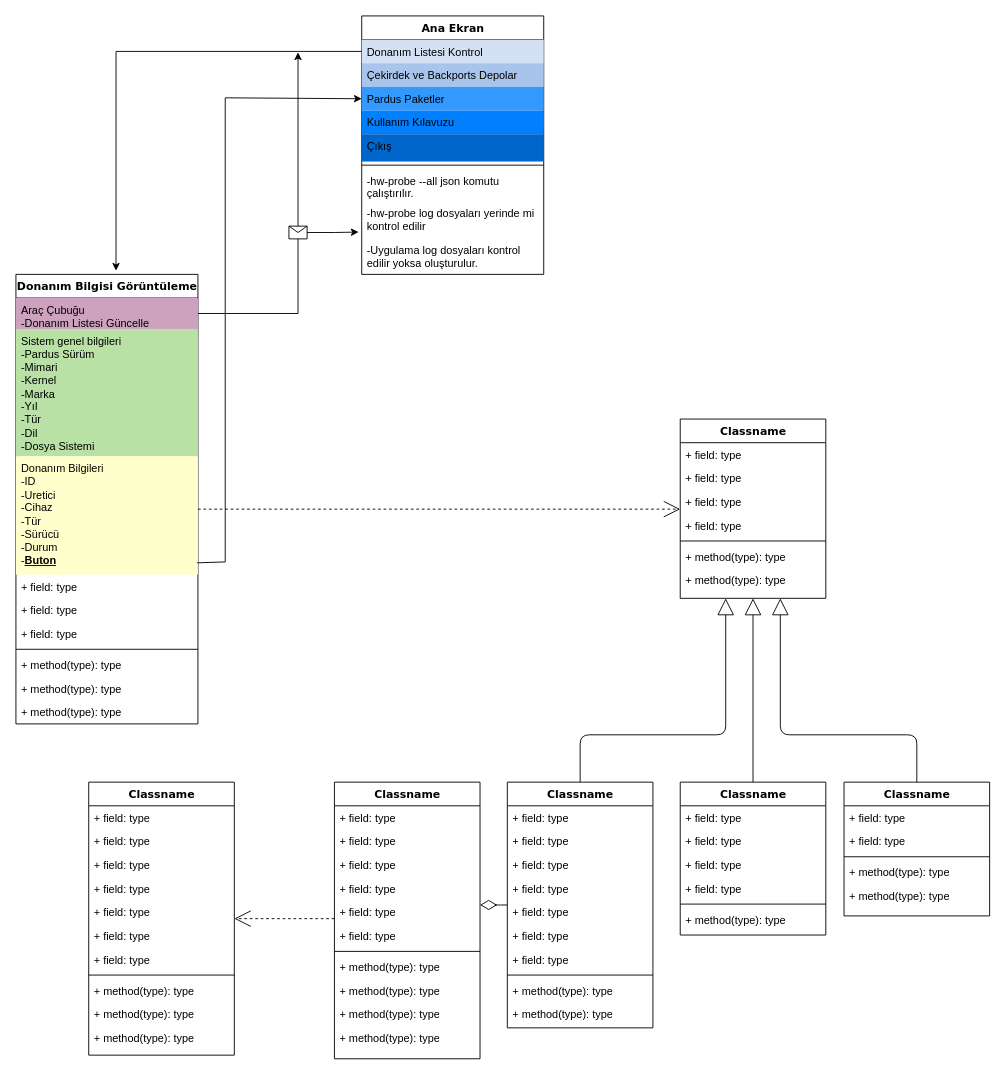
This is Başlıksız Diyagram.drawio from kubilaytunc/HCL, a draw.io file, before an edit. Source tidied: cells renumbered, new cells numbered last; positions are measured from the earlier drawing's top-left corner, leaving out a move shared by most shapes. Both pictures are drawn from the tidied source at 91%, with x=0, y=0 at pixel (15, 15).
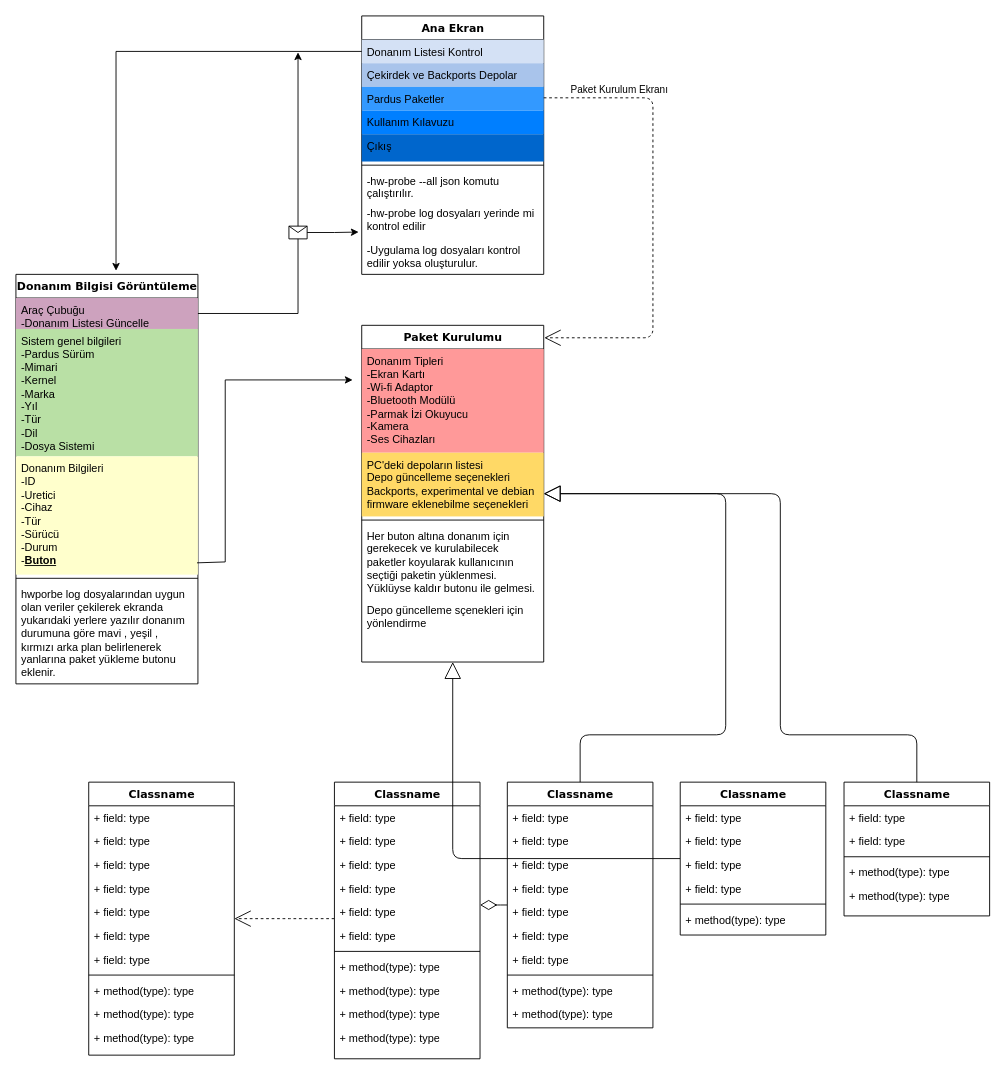
The same diagram, later.

Unchanged cells that the change refers to:
```xml
<mxCell id="5" value="Pardus Paketler" style="text;html=1;strokeColor=none;fillColor=#3399FF;align=left;verticalAlign=top;spacingLeft=4;spacingRight=4;whiteSpace=wrap;overflow=hidden;points=[[0,0.5],[1,0.5]];portConstraint=eastwest;" parent="2" vertex="1">
  <mxGeometry y="78" width="200" height="26" as="geometry" />
</mxCell>
<mxCell id="16" value="Donanım Bilgileri&lt;div&gt;-ID&lt;/div&gt;&lt;div&gt;-Uretici&lt;/div&gt;&lt;div&gt;-Cihaz&lt;/div&gt;&lt;div&gt;-Tür&lt;/div&gt;&lt;div&gt;-Sürücü&lt;/div&gt;&lt;div&gt;-Durum&lt;/div&gt;&lt;div&gt;-&lt;b&gt;&lt;u&gt;Buton&lt;/u&gt;&lt;/b&gt;&lt;/div&gt;" style="text;html=1;strokeColor=none;fillColor=#FFFFCC;align=left;verticalAlign=top;spacingLeft=4;spacingRight=4;whiteSpace=wrap;overflow=hidden;points=[[0,0.5],[1,0.5]];portConstraint=eastwest;" parent="13" vertex="1">
  <mxGeometry y="200" width="200" height="130" as="geometry" />
</mxCell>
```

The edit, as a diff of the source:
```diff
@@
-    <mxCell id="12" style="edgeStyle=elbowEdgeStyle;html=1;labelBackgroundColor=none;startFill=0;startSize=8;endArrow=open;endFill=0;endSize=16;fontFamily=Verdana;fontSize=12;elbow=vertical;dashed=1;" parent="1" edge="1" source="13" target="24">
-      <mxGeometry relative="1" as="geometry" />
+    <mxCell id="12" style="edgeStyle=elbowEdgeStyle;html=1;labelBackgroundColor=none;startFill=0;startSize=8;endArrow=open;endFill=0;endSize=16;fontFamily=Verdana;fontSize=12;elbow=horizontal;dashed=1;entryX=1.003;entryY=0.037;entryDx=0;entryDy=0;entryPerimeter=0;" parent="1" edge="1" target="24">
+      <mxGeometry relative="1" as="geometry">
+        <mxPoint x="580" y="90" as="sourcePoint" />
+        <Array as="points">
+          <mxPoint x="700" y="230" />
+        </Array>
+      </mxGeometry>
     </mxCell>
+    <mxCell id="90" value="Paket Kurulum Ekranı" style="edgeLabel;html=1;align=center;verticalAlign=middle;" parent="12" vertex="1">
+      <mxGeometry x="-0.81" y="1" relative="1" as="geometry">
+        <mxPoint x="34" y="-9" as="offset" />
+      </mxGeometry>
+    </mxCell>
     <mxCell id="13" value="Donanım Bilgisi Görüntüleme" style="swimlane;html=1;fontStyle=1;align=center;verticalAlign=top;horizontal=1;startSize=26;swimlaneFillColor=#ffffff;rounded=0;shadow=0;comic=0;labelBackgroundColor=none;strokeWidth=1;fillColor=none;fontFamily=Verdana;fontSize=12;" parent="1" vertex="1">
-      <mxGeometry y="284" width="200" height="494" as="geometry" />
+      <mxGeometry y="284" width="200" height="450" as="geometry" />
     </mxCell>
@@
-    <mxCell id="17" value="+ field: type" style="text;html=1;strokeColor=none;fillColor=none;align=left;verticalAlign=top;spacingLeft=4;spacingRight=4;whiteSpace=wrap;overflow=hidden;" parent="13" vertex="1">
-      <mxGeometry y="330" width="200" height="26" as="geometry" />
-    </mxCell>
-    <mxCell id="18" value="+ field: type" style="text;html=1;strokeColor=none;fillColor=none;align=left;verticalAlign=top;spacingLeft=4;spacingRight=4;whiteSpace=wrap;overflow=hidden;" parent="13" vertex="1">
-      <mxGeometry y="356" width="200" height="26" as="geometry" />
-    </mxCell>
-    <mxCell id="19" value="+ field: type" style="text;html=1;strokeColor=none;fillColor=none;align=left;verticalAlign=top;spacingLeft=4;spacingRight=4;whiteSpace=wrap;overflow=hidden;" parent="13" vertex="1">
-      <mxGeometry y="382" width="200" height="26" as="geometry" />
-    </mxCell>
     <mxCell id="20" style="line;html=1;strokeWidth=1;fillColor=none;align=left;verticalAlign=middle;spacingTop=-1;spacingLeft=3;spacingRight=3;labelPosition=right;" parent="13" vertex="1">
-      <mxGeometry y="408" width="200" height="8" as="geometry" />
+      <mxGeometry y="330" width="200" height="8" as="geometry" />
     </mxCell>
-    <mxCell id="21" value="+ method(type): type" style="text;html=1;strokeColor=none;fillColor=none;align=left;verticalAlign=top;spacingLeft=4;spacingRight=4;whiteSpace=wrap;overflow=hidden;" parent="13" vertex="1">
-      <mxGeometry y="416" width="200" height="26" as="geometry" />
-    </mxCell>
-    <mxCell id="22" value="+ method(type): type" style="text;html=1;strokeColor=none;fillColor=none;align=left;verticalAlign=top;spacingLeft=4;spacingRight=4;whiteSpace=wrap;overflow=hidden;" parent="13" vertex="1">
-      <mxGeometry y="442" width="200" height="26" as="geometry" />
-    </mxCell>
-    <mxCell id="23" value="+ method(type): type" style="text;html=1;strokeColor=none;fillColor=none;align=left;verticalAlign=top;spacingLeft=4;spacingRight=4;whiteSpace=wrap;overflow=hidden;" parent="13" vertex="1">
-      <mxGeometry y="468" width="200" height="26" as="geometry" />
-    </mxCell>
+    <mxCell id="91" value="hwporbe log dosyalarından uygun olan veriler çekilerek ekranda yukarıdaki yerlere yazılır donanım durumuna göre mavi , yeşil , kırmızı arka plan belirlenerek yanlarına paket yükleme butonu eklenir." style="text;html=1;strokeColor=none;fillColor=none;align=left;verticalAlign=top;spacingLeft=4;spacingRight=4;whiteSpace=wrap;overflow=hidden;" parent="13" vertex="1">
+      <mxGeometry y="338" width="200" height="112" as="geometry" />
+    </mxCell>
-    <mxCell id="24" value="Classname" style="swimlane;html=1;fontStyle=1;align=center;verticalAlign=top;horizontal=1;startSize=26;swimlaneFillColor=#ffffff;rounded=0;shadow=0;comic=0;labelBackgroundColor=none;strokeWidth=1;fillColor=none;fontFamily=Verdana;fontSize=12;" parent="1" vertex="1">
-      <mxGeometry x="730" y="443" width="160" height="197" as="geometry" />
+    <mxCell id="24" value="Paket Kurulumu" style="swimlane;html=1;fontStyle=1;align=center;verticalAlign=top;horizontal=1;startSize=26;swimlaneFillColor=#ffffff;rounded=0;shadow=0;comic=0;labelBackgroundColor=none;strokeWidth=1;fillColor=none;fontFamily=Verdana;fontSize=12;" parent="1" vertex="1">
+      <mxGeometry x="380" y="340" width="200" height="370" as="geometry" />
     </mxCell>
-    <mxCell id="25" value="+ field: type" style="text;html=1;strokeColor=none;fillColor=none;align=left;verticalAlign=top;spacingLeft=4;spacingRight=4;whiteSpace=wrap;overflow=hidden;" parent="24" vertex="1">
-      <mxGeometry y="26" width="160" height="26" as="geometry" />
+    <mxCell id="25" value="Donanım Tipleri&lt;div&gt;-Ekran Kartı&lt;/div&gt;&lt;div&gt;-Wi-fi Adaptor&lt;/div&gt;&lt;div&gt;-Bluetooth Modülü&lt;/div&gt;&lt;div&gt;-Parmak İzi Okuyucu&lt;/div&gt;&lt;div&gt;-Kamera&lt;/div&gt;&lt;div&gt;-Ses Cihazları&lt;/div&gt;" style="text;html=1;strokeColor=none;fillColor=#FF9999;align=left;verticalAlign=top;spacingLeft=4;spacingRight=4;whiteSpace=wrap;overflow=hidden;" parent="24" vertex="1">
+      <mxGeometry y="26" width="200" height="114" as="geometry" />
     </mxCell>
-    <mxCell id="26" value="+ field: type" style="text;html=1;strokeColor=none;fillColor=none;align=left;verticalAlign=top;spacingLeft=4;spacingRight=4;whiteSpace=wrap;overflow=hidden;" parent="24" vertex="1">
-      <mxGeometry y="52" width="160" height="26" as="geometry" />
-    </mxCell>
-    <mxCell id="27" value="+ field: type" style="text;html=1;strokeColor=none;fillColor=none;align=left;verticalAlign=top;spacingLeft=4;spacingRight=4;whiteSpace=wrap;overflow=hidden;" parent="24" vertex="1">
-      <mxGeometry y="78" width="160" height="26" as="geometry" />
-    </mxCell>
-    <mxCell id="28" value="+ field: type" style="text;html=1;strokeColor=none;fillColor=none;align=left;verticalAlign=top;spacingLeft=4;spacingRight=4;whiteSpace=wrap;overflow=hidden;" parent="24" vertex="1">
-      <mxGeometry y="104" width="160" height="26" as="geometry" />
-    </mxCell>
+    <mxCell id="92" value="PC'deki depoların listesi&lt;div&gt;Depo güncelleme seçenekleri&lt;/div&gt;&lt;div&gt;Backports, experimental ve debian firmware eklenebilme seçenekleri&lt;/div&gt;" style="text;html=1;strokeColor=none;fillColor=#FFD966;align=left;verticalAlign=top;spacingLeft=4;spacingRight=4;whiteSpace=wrap;overflow=hidden;" parent="24" vertex="1">
+      <mxGeometry y="140" width="200" height="70" as="geometry" />
+    </mxCell>
     <mxCell id="29" style="line;html=1;strokeWidth=1;fillColor=none;align=left;verticalAlign=middle;spacingTop=-1;spacingLeft=3;spacingRight=3;labelPosition=right;" parent="24" vertex="1">
-      <mxGeometry y="130" width="160" height="8" as="geometry" />
+      <mxGeometry y="210" width="200" height="8" as="geometry" />
     </mxCell>
-    <mxCell id="30" value="+ method(type): type" style="text;html=1;strokeColor=none;fillColor=none;align=left;verticalAlign=top;spacingLeft=4;spacingRight=4;whiteSpace=wrap;overflow=hidden;" parent="24" vertex="1">
-      <mxGeometry y="138" width="160" height="26" as="geometry" />
+    <mxCell id="30" value="Her buton altına donanım için gerekecek ve kurulabilecek paketler koyularak kullanıcının seçtiği paketin yüklenmesi. Yüklüyse kaldır butonu ile gelmesi." style="text;html=1;strokeColor=none;fillColor=none;align=left;verticalAlign=top;spacingLeft=4;spacingRight=4;whiteSpace=wrap;overflow=hidden;" parent="24" vertex="1">
+      <mxGeometry y="218" width="200" height="82" as="geometry" />
     </mxCell>
-    <mxCell id="31" value="+ method(type): type" style="text;html=1;strokeColor=none;fillColor=none;align=left;verticalAlign=top;spacingLeft=4;spacingRight=4;whiteSpace=wrap;overflow=hidden;" parent="24" vertex="1">
-      <mxGeometry y="164" width="160" height="26" as="geometry" />
+    <mxCell id="31" value="Depo güncelleme sçenekleri için yönlendirme" style="text;html=1;strokeColor=none;fillColor=none;align=left;verticalAlign=top;spacingLeft=4;spacingRight=4;whiteSpace=wrap;overflow=hidden;" parent="24" vertex="1">
+      <mxGeometry y="300" width="200" height="40" as="geometry" />
     </mxCell>
@@
-    <mxCell id="86" style="endArrow=classic;html=1;rounded=0;exitX=0.995;exitY=0.9;exitDx=0;exitDy=0;exitPerimeter=0;entryX=0;entryY=0.5;entryDx=0;entryDy=0;" parent="1" edge="1" source="16" target="5">
+    <mxCell id="86" style="endArrow=classic;html=1;rounded=0;exitX=0.995;exitY=0.9;exitDx=0;exitDy=0;exitPerimeter=0;" parent="1" edge="1" source="16">
       <mxGeometry relative="1" as="geometry">
+        <mxPoint x="370" y="400" as="targetPoint" />
         <Array as="points">
           <mxPoint x="230" y="600" />
-          <mxPoint x="230" y="90" />
+          <mxPoint x="230" y="400" />
         </Array>
       </mxGeometry>
     </mxCell>
```
